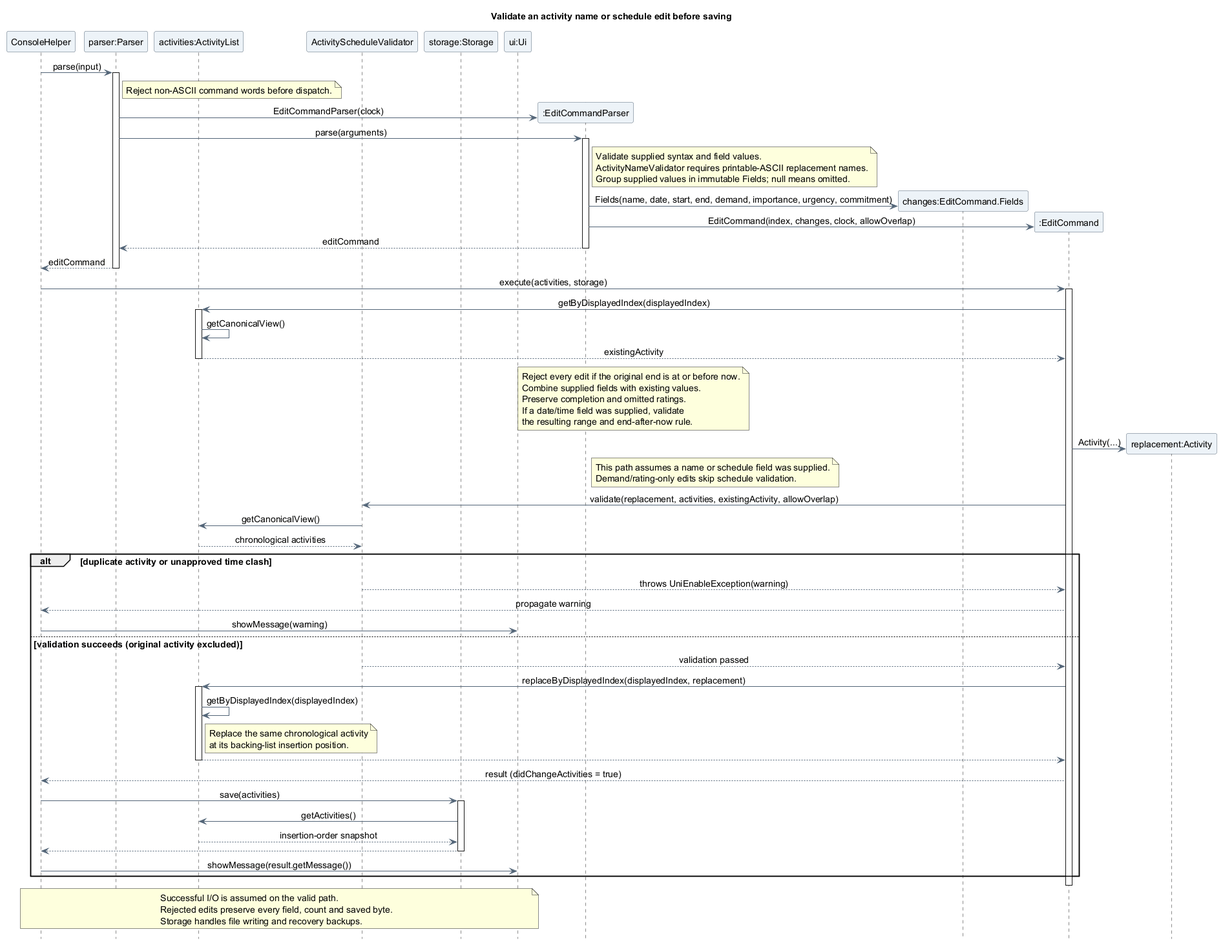
This is docs/images/oliver/sequence/EditActivitySequence.png from AY2627S1-CS2113-T10-4/tp, a PlantUML export, as it was before one commit.
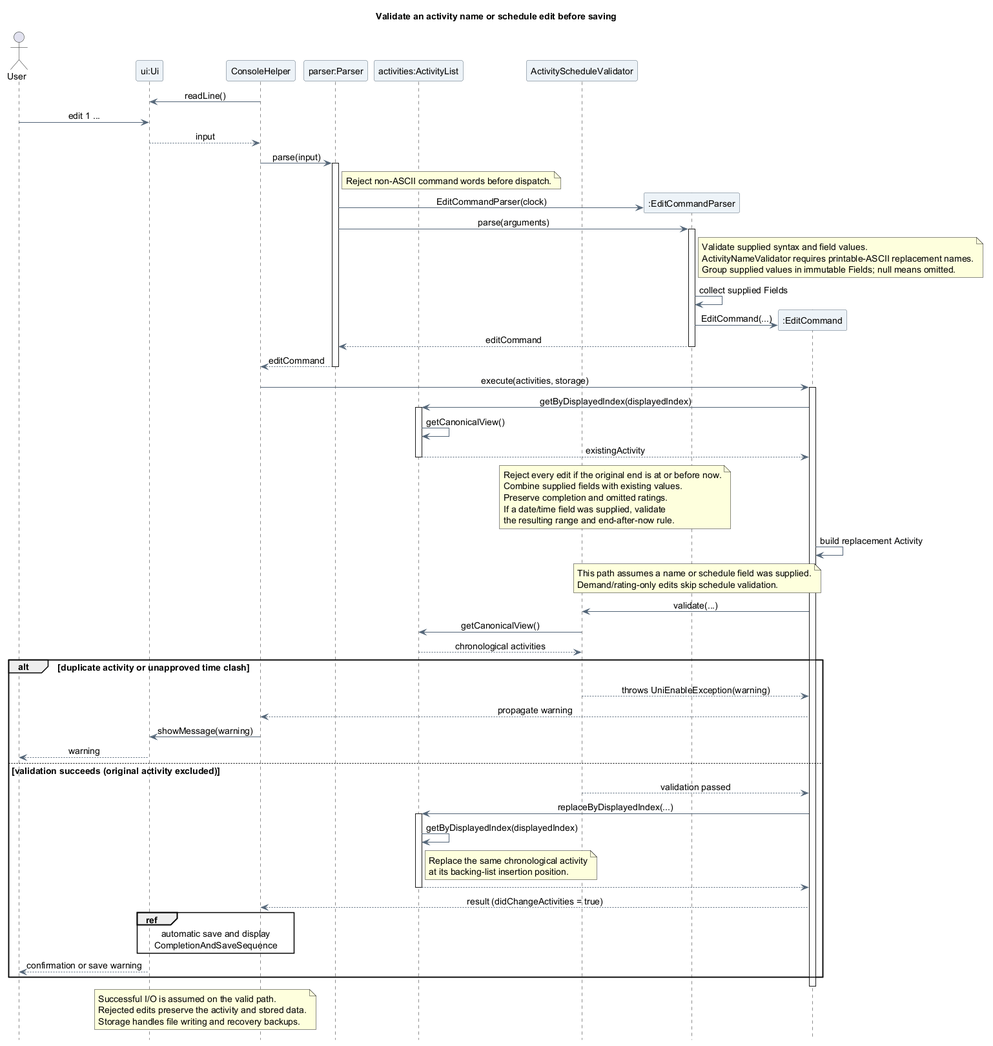
After the change.

Diff of the diagram source:
```diff
@@ -10,12 +10,16 @@
 skinparam sequenceMessageAlign center
 hide footbox
 
+actor "User" as User
+participant "ui:Ui" as UI
 participant "ConsoleHelper" as Console
 participant "parser:Parser" as Parser
 participant "activities:ActivityList" as Activities
 participant "ActivityScheduleValidator" as Schedule
-participant "storage:Storage" as Storage
-participant "ui:Ui" as UI
+
+Console -> UI : readLine()
+User -> UI : edit 1 ...
+UI --> Console : input
 
 Console -> Parser : parse(input)
 activate Parser
@@ -31,10 +35,9 @@
   ActivityNameValidator requires printable-ASCII replacement names.
   Group supplied values in immutable Fields; null means omitted.
 end note
-create participant "changes:EditCommand.Fields" as Changes
-EditParser -> Changes : Fields(name, date, start, end, demand, importance, urgency, commitment)
+EditParser -> EditParser : collect supplied Fields
 create participant ":EditCommand" as Edit
-EditParser -> Edit : EditCommand(index, changes, clock, allowOverlap)
+EditParser -> Edit : EditCommand(...)
 EditParser --> Parser : editCommand
 deactivate EditParser
 Parser --> Console : editCommand
@@ -54,22 +57,22 @@
   If a date/time field was supplied, validate
   the resulting range and end-after-now rule.
 end note
-create participant "replacement:Activity" as Replacement
-Edit -> Replacement : Activity(...)
+Edit -> Edit : build replacement Activity
 note over Edit, Schedule
   This path assumes a name or schedule field was supplied.
   Demand/rating-only edits skip schedule validation.
 end note
-Edit -> Schedule : validate(replacement, activities, existingActivity, allowOverlap)
+Edit -> Schedule : validate(...)
 Schedule -> Activities : getCanonicalView()
 Activities --> Schedule : chronological activities
 alt duplicate activity or unapproved time clash
   Schedule --> Edit : throws UniEnableException(warning)
   Edit --> Console : propagate warning
   Console -> UI : showMessage(warning)
+  UI --> User : warning
 else validation succeeds (original activity excluded)
   Schedule --> Edit : validation passed
-  Edit -> Activities : replaceByDisplayedIndex(displayedIndex, replacement)
+  Edit -> Activities : replaceByDisplayedIndex(...)
   activate Activities
   Activities -> Activities : getByDisplayedIndex(displayedIndex)
   note right of Activities
@@ -79,19 +82,17 @@
   Activities --> Edit
   deactivate Activities
   Edit --> Console : result (didChangeActivities = true)
-  Console -> Storage : save(activities)
-  activate Storage
-  Storage -> Activities : getActivities()
-  Activities --> Storage : insertion-order snapshot
-  Storage --> Console
-  deactivate Storage
-  Console -> UI : showMessage(result.getMessage())
+  ref over Console, UI
+    automatic save and display
+    CompletionAndSaveSequence
+  end ref
+  UI --> User : confirmation or save warning
 end
 deactivate Edit
 
 note over Console, UI
   Successful I/O is assumed on the valid path.
-  Rejected edits preserve every field, count and saved byte.
+  Rejected edits preserve the activity and stored data.
   Storage handles file writing and recovery backups.
 end note
 @enduml
```
